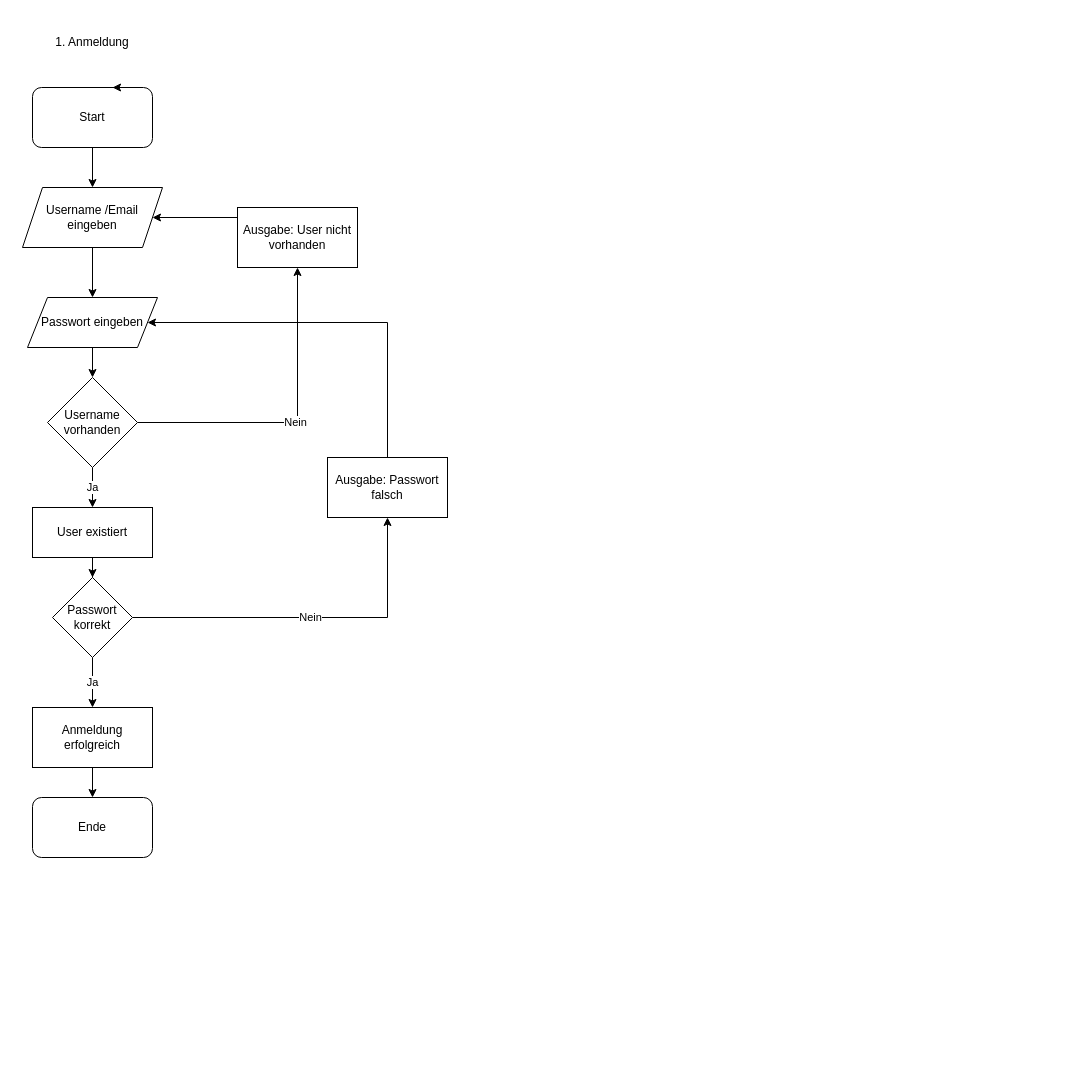
Before: Untitled Diagram.drawio in Frododo12/Web-Technologie, a draw.io diagram. Source tidied: cells renumbered, new cells numbered last; positions are measured from the earlier drawing's top-left corner, leaving out a move shared by most shapes. Both pictures are drawn from the tidied source at 100%, with x=0, y=0 at pixel (17, 27).
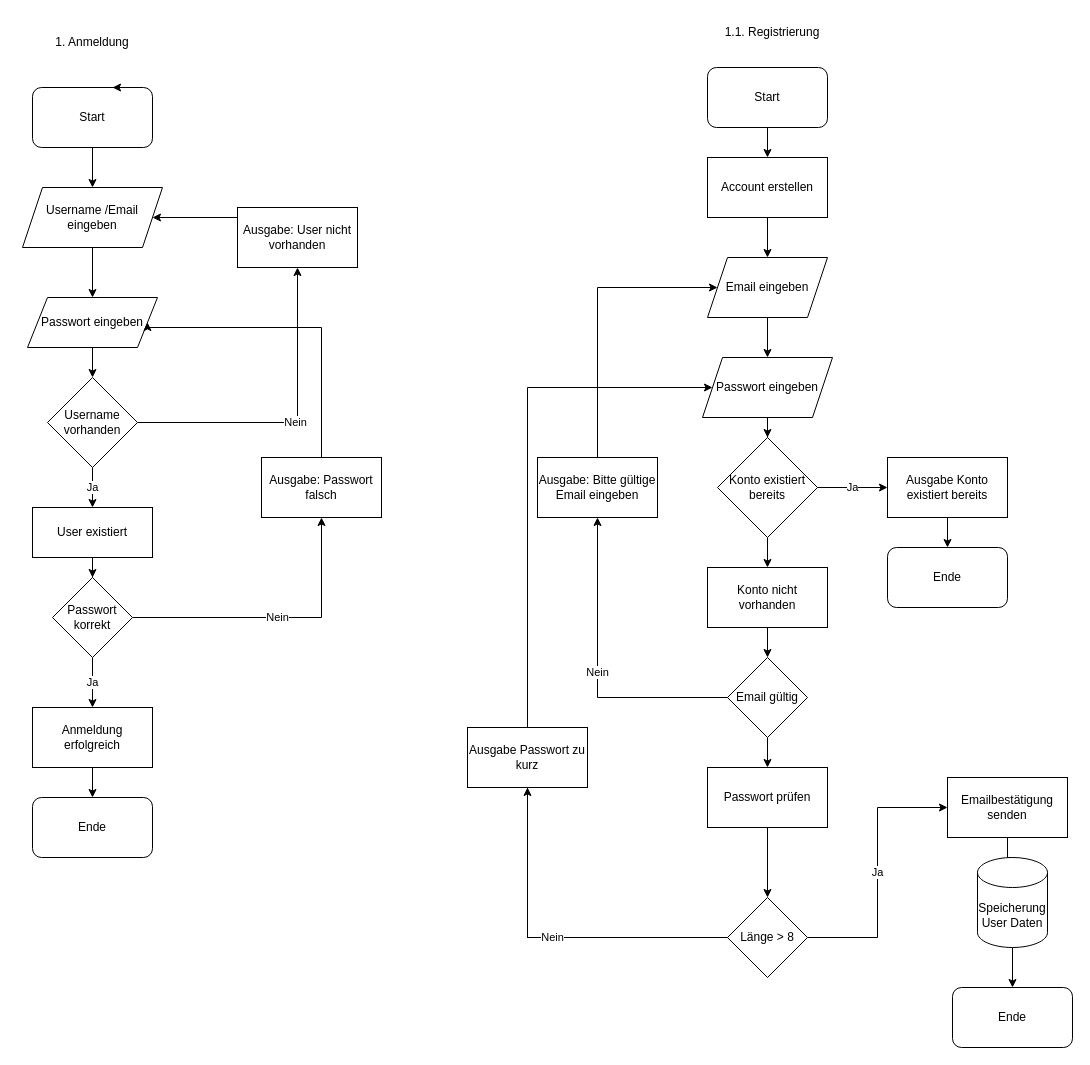
After the change.

The change refers to these unchanged cells:
```xml
<mxCell id="12" value="Passwort eingeben" style="shape=parallelogram;perimeter=parallelogramPerimeter;whiteSpace=wrap;html=1;fixedSize=1;" parent="1" vertex="1">
  <mxGeometry x="10" y="270" width="130" height="50" as="geometry" />
</mxCell>
```

What changed in the source:
```diff
@@
-    <mxCell id="20" style="edgeStyle=orthogonalEdgeStyle;rounded=0;jettySize=auto;html=1;" parent="1" edge="1" source="21" target="12">
+    <mxCell id="20" style="edgeStyle=orthogonalEdgeStyle;rounded=0;jettySize=auto;html=1;entryX=1;entryY=0.5;entryDx=0;entryDy=0;" parent="1" edge="1" source="21" target="12">
       <mxGeometry relative="1" as="geometry">
         <Array as="points">
-          <mxPoint x="370" y="295" />
+          <mxPoint x="304" y="300" />
+          <mxPoint x="130" y="300" />
         </Array>
       </mxGeometry>
     </mxCell>
     <mxCell id="21" value="Ausgabe: Passwort falsch" style="rounded=0;whiteSpace=wrap;html=1;" parent="1" vertex="1">
-      <mxGeometry x="310" y="430" width="120" height="60" as="geometry" />
+      <mxGeometry x="244" y="430" width="120" height="60" as="geometry" />
     </mxCell>
@@
+    <mxCell id="25" value="1.1. Registrierung" style="text;html=1;strokeColor=none;fillColor=none;align=center;verticalAlign=middle;whiteSpace=wrap;rounded=0;" parent="1" vertex="1">
+      <mxGeometry x="680" y="-10" width="150" height="30" as="geometry" />
+    </mxCell>
+    <mxCell id="26" style="edgeStyle=orthogonalEdgeStyle;rounded=0;jettySize=auto;html=1;" parent="1" edge="1" source="27" target="29">
+      <mxGeometry relative="1" as="geometry" />
+    </mxCell>
+    <mxCell id="27" value="Start" style="rounded=1;whiteSpace=wrap;html=1;" parent="1" vertex="1">
+      <mxGeometry x="690" y="40" width="120" height="60" as="geometry" />
+    </mxCell>
+    <mxCell id="28" style="edgeStyle=orthogonalEdgeStyle;rounded=0;jettySize=auto;html=1;" parent="1" edge="1" source="29" target="31">
+      <mxGeometry relative="1" as="geometry" />
+    </mxCell>
+    <mxCell id="29" value="Account erstellen" style="rounded=0;whiteSpace=wrap;html=1;" parent="1" vertex="1">
+      <mxGeometry x="690" y="130" width="120" height="60" as="geometry" />
+    </mxCell>
+    <mxCell id="30" style="edgeStyle=orthogonalEdgeStyle;rounded=0;jettySize=auto;html=1;" parent="1" edge="1" source="31" target="33">
+      <mxGeometry relative="1" as="geometry" />
+    </mxCell>
+    <mxCell id="31" value="Email eingeben" style="shape=parallelogram;perimeter=parallelogramPerimeter;whiteSpace=wrap;html=1;fixedSize=1;" parent="1" vertex="1">
+      <mxGeometry x="690" y="230" width="120" height="60" as="geometry" />
+    </mxCell>
+    <mxCell id="32" style="edgeStyle=orthogonalEdgeStyle;rounded=0;jettySize=auto;html=1;" parent="1" edge="1" source="33" target="36">
+      <mxGeometry relative="1" as="geometry" />
+    </mxCell>
+    <mxCell id="33" value="Passwort eingeben" style="shape=parallelogram;perimeter=parallelogramPerimeter;whiteSpace=wrap;html=1;fixedSize=1;" parent="1" vertex="1">
+      <mxGeometry x="685" y="330" width="130" height="60" as="geometry" />
+    </mxCell>
+    <mxCell id="34" value="Ja" style="edgeStyle=orthogonalEdgeStyle;rounded=0;jettySize=auto;html=1;" parent="1" edge="1" source="36" target="38">
+      <mxGeometry relative="1" as="geometry" />
+    </mxCell>
+    <mxCell id="35" style="edgeStyle=orthogonalEdgeStyle;rounded=0;jettySize=auto;html=1;" parent="1" edge="1" source="36" target="41">
+      <mxGeometry relative="1" as="geometry" />
+    </mxCell>
+    <mxCell id="36" value="Konto existiert bereits" style="rhombus;whiteSpace=wrap;html=1;" parent="1" vertex="1">
+      <mxGeometry x="700" y="410" width="100" height="100" as="geometry" />
+    </mxCell>
+    <mxCell id="37" style="edgeStyle=orthogonalEdgeStyle;rounded=0;jettySize=auto;html=1;" parent="1" edge="1" source="38" target="39">
+      <mxGeometry relative="1" as="geometry" />
+    </mxCell>
+    <mxCell id="38" value="Ausgabe Konto existiert bereits" style="whiteSpace=wrap;html=1;" parent="1" vertex="1">
+      <mxGeometry x="870" y="430" width="120" height="60" as="geometry" />
+    </mxCell>
+    <mxCell id="39" value="Ende" style="rounded=1;whiteSpace=wrap;html=1;" parent="1" vertex="1">
+      <mxGeometry x="870" y="520" width="120" height="60" as="geometry" />
+    </mxCell>
+    <mxCell id="40" style="edgeStyle=orthogonalEdgeStyle;rounded=0;jettySize=auto;html=1;" parent="1" edge="1" source="41" target="44">
+      <mxGeometry relative="1" as="geometry" />
+    </mxCell>
+    <mxCell id="41" value="Konto nicht vorhanden" style="whiteSpace=wrap;html=1;" parent="1" vertex="1">
+      <mxGeometry x="690" y="540" width="120" height="60" as="geometry" />
+    </mxCell>
+    <mxCell id="42" value="Nein" style="edgeStyle=orthogonalEdgeStyle;rounded=0;jettySize=auto;html=1;" parent="1" edge="1" source="44" target="46">
+      <mxGeometry relative="1" as="geometry" />
+    </mxCell>
+    <mxCell id="43" style="edgeStyle=orthogonalEdgeStyle;rounded=0;jettySize=auto;html=1;" parent="1" edge="1" source="44" target="54">
+      <mxGeometry relative="1" as="geometry" />
+    </mxCell>
+    <mxCell id="44" value="Email gültig" style="rhombus;whiteSpace=wrap;html=1;" parent="1" vertex="1">
+      <mxGeometry x="710" y="630" width="80" height="80" as="geometry" />
+    </mxCell>
+    <mxCell id="45" style="edgeStyle=orthogonalEdgeStyle;rounded=0;jettySize=auto;html=1;entryX=0;entryY=0.5;entryDx=0;entryDy=0;" parent="1" edge="1" source="46" target="31">
+      <mxGeometry relative="1" as="geometry">
+        <Array as="points">
+          <mxPoint x="580" y="260" />
+        </Array>
+      </mxGeometry>
+    </mxCell>
+    <mxCell id="46" value="Ausgabe: Bitte gültige Email eingeben" style="whiteSpace=wrap;html=1;" parent="1" vertex="1">
+      <mxGeometry x="520" y="430" width="120" height="60" as="geometry" />
+    </mxCell>
+    <mxCell id="47" style="edgeStyle=orthogonalEdgeStyle;rounded=0;orthogonalLoop=1;jettySize=auto;html=1;exitX=0.5;exitY=1;exitDx=0;exitDy=0;" parent="1" edge="1" source="46" target="46">
+      <mxGeometry relative="1" as="geometry" />
+    </mxCell>
+    <mxCell id="48" style="edgeStyle=orthogonalEdgeStyle;rounded=0;jettySize=auto;html=1;entryX=0.519;entryY=0.346;entryDx=0;entryDy=0;entryPerimeter=0;" parent="1" edge="1" source="49" target="51">
+      <mxGeometry relative="1" as="geometry" />
+    </mxCell>
+    <mxCell id="49" value="Emailbestätigung senden" style="whiteSpace=wrap;html=1;" parent="1" vertex="1">
+      <mxGeometry x="930" y="750" width="120" height="60" as="geometry" />
+    </mxCell>
+    <mxCell id="50" style="edgeStyle=orthogonalEdgeStyle;rounded=0;jettySize=auto;html=1;" parent="1" edge="1" source="51" target="52">
+      <mxGeometry relative="1" as="geometry" />
+    </mxCell>
+    <mxCell id="51" value="Speicherung User Daten" style="shape=cylinder3;whiteSpace=wrap;html=1;boundedLbl=1;backgroundOutline=1;size=15;" parent="1" vertex="1">
+      <mxGeometry x="960" y="830" width="70" height="90" as="geometry" />
+    </mxCell>
+    <mxCell id="52" value="Ende" style="rounded=1;whiteSpace=wrap;html=1;" parent="1" vertex="1">
+      <mxGeometry x="935" y="960" width="120" height="60" as="geometry" />
+    </mxCell>
+    <mxCell id="53" style="edgeStyle=orthogonalEdgeStyle;rounded=0;jettySize=auto;html=1;" parent="1" edge="1" source="54" target="57">
+      <mxGeometry relative="1" as="geometry" />
+    </mxCell>
+    <mxCell id="54" value="Passwort prüfen" style="whiteSpace=wrap;html=1;" parent="1" vertex="1">
+      <mxGeometry x="690" y="740" width="120" height="60" as="geometry" />
+    </mxCell>
+    <mxCell id="55" value="Ja" style="edgeStyle=orthogonalEdgeStyle;rounded=0;jettySize=auto;html=1;entryX=0;entryY=0.5;entryDx=0;entryDy=0;" parent="1" edge="1" source="57" target="49">
+      <mxGeometry relative="1" as="geometry" />
+    </mxCell>
+    <mxCell id="56" value="Nein" style="edgeStyle=orthogonalEdgeStyle;rounded=0;jettySize=auto;html=1;" parent="1" edge="1" source="57" target="59">
+      <mxGeometry relative="1" as="geometry" />
+    </mxCell>
+    <mxCell id="57" value="Länge &amp;gt; 8" style="rhombus;whiteSpace=wrap;html=1;" parent="1" vertex="1">
+      <mxGeometry x="710" y="870" width="80" height="80" as="geometry" />
+    </mxCell>
+    <mxCell id="58" style="edgeStyle=orthogonalEdgeStyle;rounded=0;jettySize=auto;html=1;" parent="1" edge="1" source="59" target="33">
+      <mxGeometry relative="1" as="geometry">
+        <Array as="points">
+          <mxPoint x="510" y="910" />
+          <mxPoint x="510" y="360" />
+        </Array>
+      </mxGeometry>
+    </mxCell>
+    <mxCell id="59" value="Ausgabe Passwort zu kurz" style="whiteSpace=wrap;html=1;" parent="1" vertex="1">
+      <mxGeometry x="450" y="700" width="120" height="60" as="geometry" />
+    </mxCell>
```
